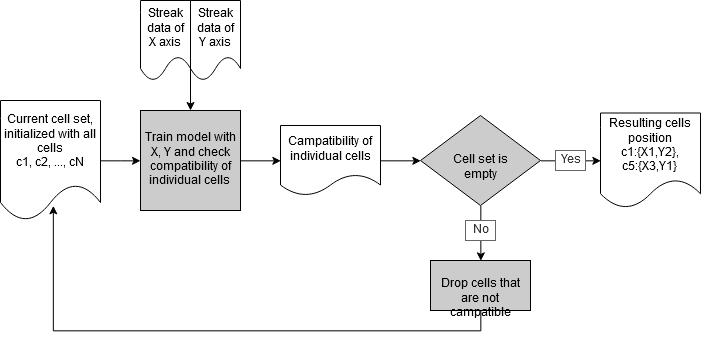
The draw.io diagram docs/Spatial location Diagram.png in charliex210/charliex210.github.io, before a commit. Source tidied: cells renumbered, new cells last; positions are measured from the earlier drawing's top-left corner, leaving out a move shared by most shapes.
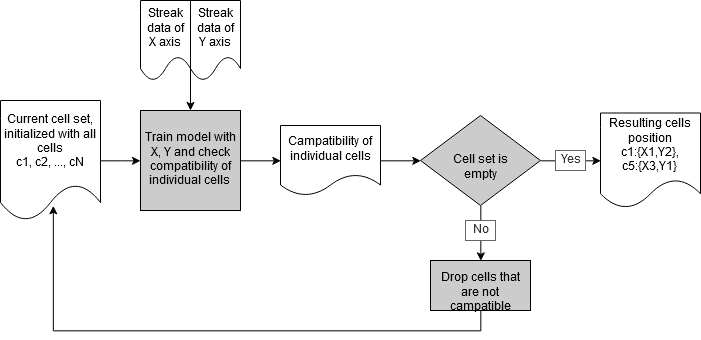
The same diagram one commit later.

The edit, as a diff of the source:
```diff
@@ -35,7 +35,7 @@
     <mxCell id="12" style="edgeStyle=orthogonalEdgeStyle;rounded=0;jettySize=auto;html=1;exitX=0.5;exitY=1;exitDx=0;exitDy=0;entryX=0.53;entryY=0.875;entryDx=0;entryDy=0;entryPerimeter=0;" parent="1" edge="1" source="13" target="3">
       <mxGeometry relative="1" as="geometry" />
     </mxCell>
-    <mxCell id="13" value="Drop cells that are not campatible" style="rounded=0;whiteSpace=wrap;html=1;shadow=0;fillColor=#CCCCCC;verticalAlign=middle;horizontal=1;spacing=2;spacingTop=12;" parent="1" vertex="1">
+    <mxCell id="13" value="Drop cells that are not campatible" style="rounded=0;whiteSpace=wrap;html=1;shadow=0;fillColor=#CCCCCC;verticalAlign=middle;horizontal=1;spacing=2;spacingTop=0;" parent="1" vertex="1">
       <mxGeometry x="430" y="260" width="100" height="50" as="geometry" />
     </mxCell>
     <mxCell id="14" style="group;" parent="1" vertex="1">
```
